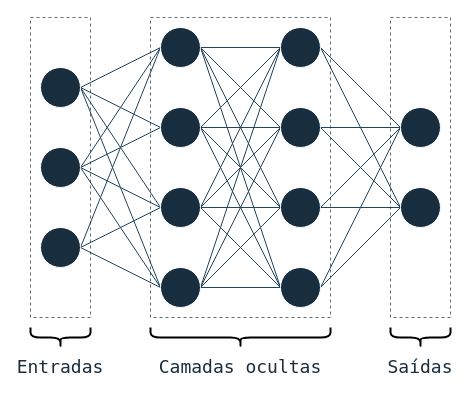
Above: reports/figures/multilayer_perceptron.drawio in JairoSSantos/PAC-project (draw.io), before the change. Source tidied: cells renumbered, new cells numbered last; positions are measured from the earlier drawing's top-left corner, leaving out a move shared by most shapes. Both pictures are drawn from the tidied source at 100%, with x=0, y=0 at pixel (30, 17).
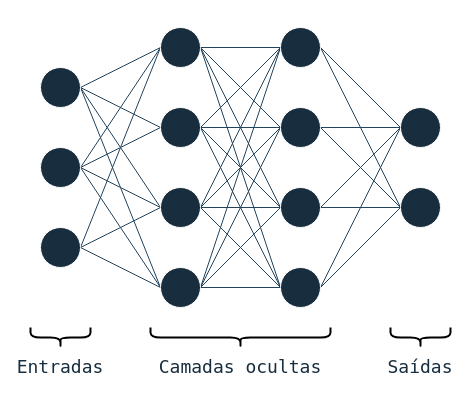
The same page after the edit.

What changed in the source:
```diff
@@
-    <mxCell id="56" style="rounded=0;whiteSpace=wrap;html=1;strokeColor=#182e3e;fontColor=#FFFFFF;fillColor=none;gradientColor=default;dashed=1;opacity=70;" parent="1" vertex="1">
-      <mxGeometry width="60" height="300" as="geometry" />
-    </mxCell>
-    <mxCell id="57" style="rounded=0;whiteSpace=wrap;html=1;strokeColor=#182e3e;fontColor=#FFFFFF;fillColor=none;gradientColor=default;dashed=1;opacity=70;" parent="1" vertex="1">
-      <mxGeometry x="120" width="180" height="300" as="geometry" />
-    </mxCell>
-    <mxCell id="58" style="rounded=0;whiteSpace=wrap;html=1;strokeColor=#182e3e;fontColor=#FFFFFF;fillColor=none;gradientColor=default;dashed=1;opacity=70;" parent="1" vertex="1">
-      <mxGeometry x="360" width="60" height="300" as="geometry" />
-    </mxCell>
```
